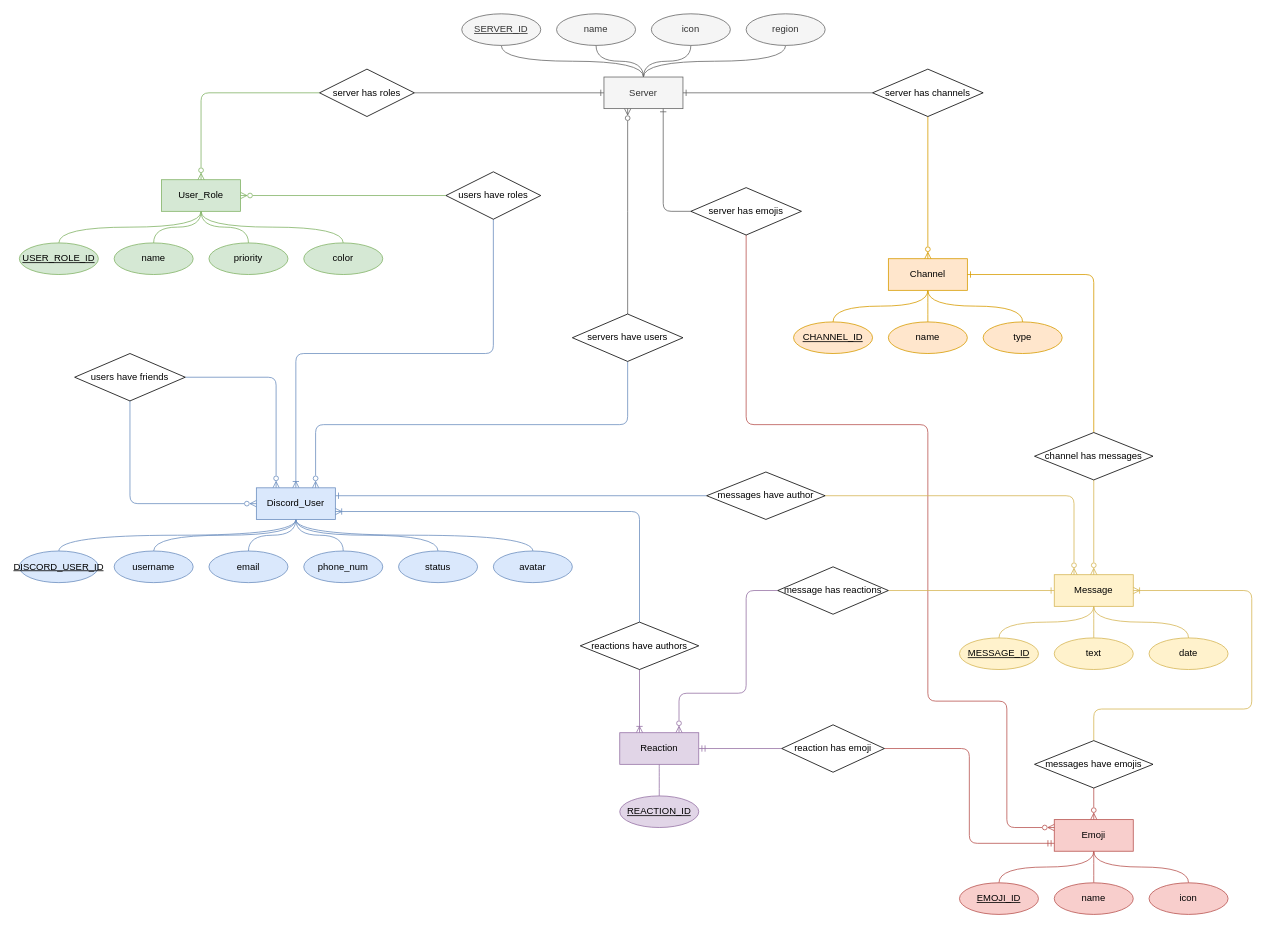
Earlier version of the draw.io diagram diagrams/Discord_ER.drawio (Mruzik1/Database-Application). Source tidied: cells renumbered, new cells numbered last; positions are measured from the earlier drawing's top-left corner, leaving out a move shared by most shapes. Both pictures are drawn from the tidied source at 79%, with x=0, y=0 at pixel (19, 13).
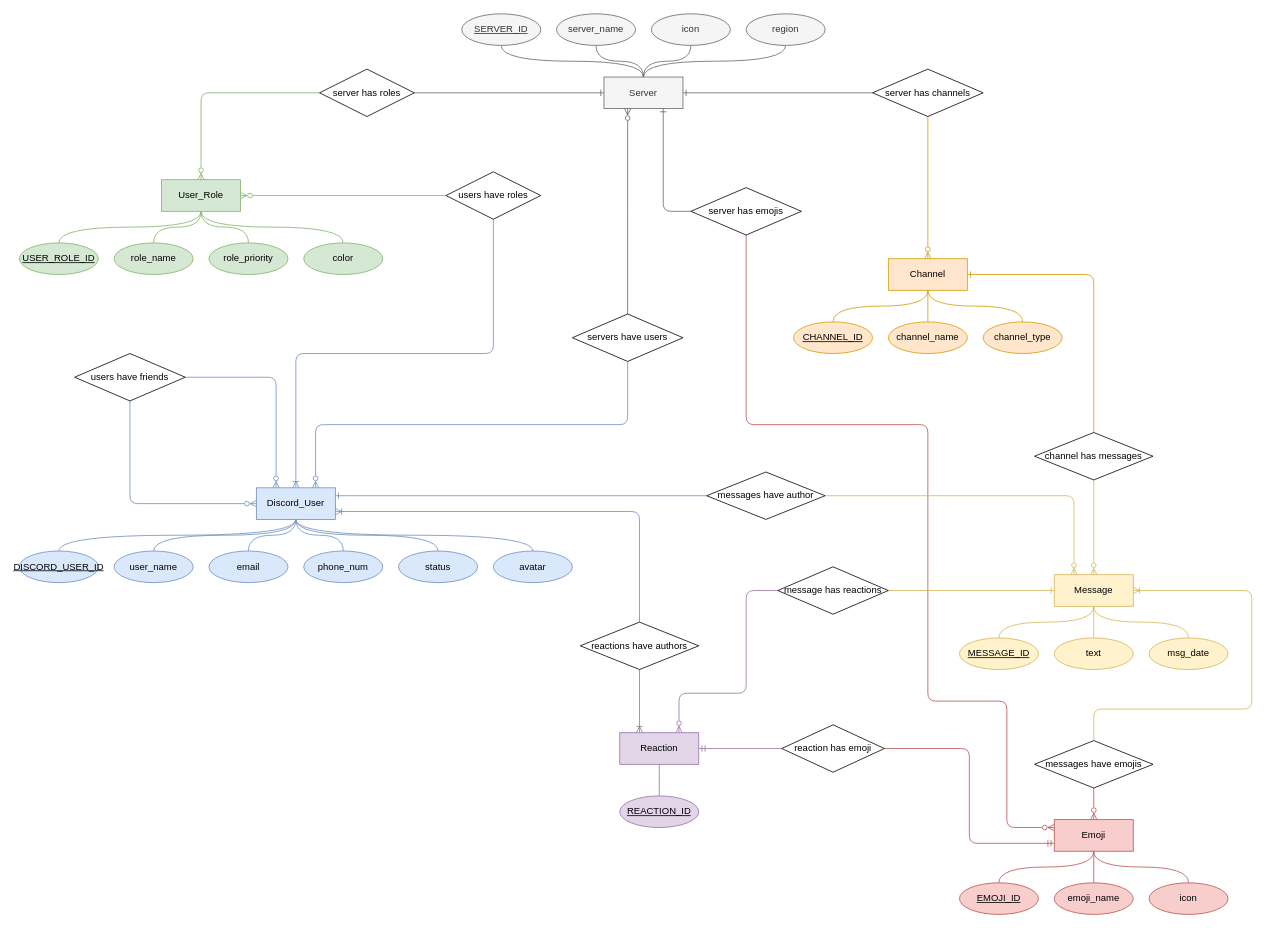
After the change.

What changed in the source:
```diff
@@
-    <mxCell id="42" value="name" style="ellipse;whiteSpace=wrap;html=1;align=center;fillColor=#f5f5f5;fontColor=#333333;strokeColor=#666666;" parent="1" vertex="1">
+    <mxCell id="42" value="server_name" style="ellipse;whiteSpace=wrap;html=1;align=center;fillColor=#f5f5f5;fontColor=#333333;strokeColor=#666666;" parent="1" vertex="1">
       <mxGeometry x="680" width="100" height="40" as="geometry" />
     </mxCell>
@@
-    <mxCell id="45" value="username" style="ellipse;whiteSpace=wrap;html=1;align=center;fillColor=#dae8fc;strokeColor=#6c8ebf;" parent="1" vertex="1">
+    <mxCell id="45" value="user_name" style="ellipse;whiteSpace=wrap;html=1;align=center;fillColor=#dae8fc;strokeColor=#6c8ebf;" parent="1" vertex="1">
       <mxGeometry x="120" y="680" width="100" height="40" as="geometry" />
     </mxCell>
@@
-    <mxCell id="51" value="name" style="ellipse;whiteSpace=wrap;html=1;align=center;fillColor=#f8cecc;strokeColor=#b85450;" parent="1" vertex="1">
+    <mxCell id="51" value="emoji_name" style="ellipse;whiteSpace=wrap;html=1;align=center;fillColor=#f8cecc;strokeColor=#b85450;" parent="1" vertex="1">
       <mxGeometry x="1310" y="1100" width="100" height="40" as="geometry" />
     </mxCell>
-    <mxCell id="52" value="name" style="ellipse;whiteSpace=wrap;html=1;align=center;fillColor=#d5e8d4;strokeColor=#82b366;" parent="1" vertex="1">
+    <mxCell id="52" value="role_name" style="ellipse;whiteSpace=wrap;html=1;align=center;fillColor=#d5e8d4;strokeColor=#82b366;" parent="1" vertex="1">
       <mxGeometry x="120" y="290" width="100" height="40" as="geometry" />
     </mxCell>
@@
-    <mxCell id="55" value="priority" style="ellipse;whiteSpace=wrap;html=1;align=center;fillColor=#d5e8d4;strokeColor=#82b366;" parent="1" vertex="1">
+    <mxCell id="55" value="role_priority" style="ellipse;whiteSpace=wrap;html=1;align=center;fillColor=#d5e8d4;strokeColor=#82b366;" parent="1" vertex="1">
       <mxGeometry x="240" y="290" width="100" height="40" as="geometry" />
     </mxCell>
@@
-    <mxCell id="57" value="type" style="ellipse;whiteSpace=wrap;html=1;align=center;fillColor=#ffe6cc;strokeColor=#d79b00;" parent="1" vertex="1">
+    <mxCell id="57" value="channel_type" style="ellipse;whiteSpace=wrap;html=1;align=center;fillColor=#ffe6cc;strokeColor=#d79b00;" parent="1" vertex="1">
       <mxGeometry x="1220" y="390" width="100" height="40" as="geometry" />
     </mxCell>
-    <mxCell id="58" value="name" style="ellipse;whiteSpace=wrap;html=1;align=center;fillColor=#ffe6cc;strokeColor=#d79b00;" parent="1" vertex="1">
+    <mxCell id="58" value="channel_name" style="ellipse;whiteSpace=wrap;html=1;align=center;fillColor=#ffe6cc;strokeColor=#d79b00;" parent="1" vertex="1">
       <mxGeometry x="1100" y="390" width="100" height="40" as="geometry" />
     </mxCell>
@@
-    <mxCell id="66" value="date" style="ellipse;whiteSpace=wrap;html=1;align=center;fillColor=#fff2cc;strokeColor=#d6b656;" parent="1" vertex="1">
+    <mxCell id="66" value="msg_date" style="ellipse;whiteSpace=wrap;html=1;align=center;fillColor=#fff2cc;strokeColor=#d6b656;" parent="1" vertex="1">
       <mxGeometry x="1430" y="790" width="100" height="40" as="geometry" />
     </mxCell>
```
